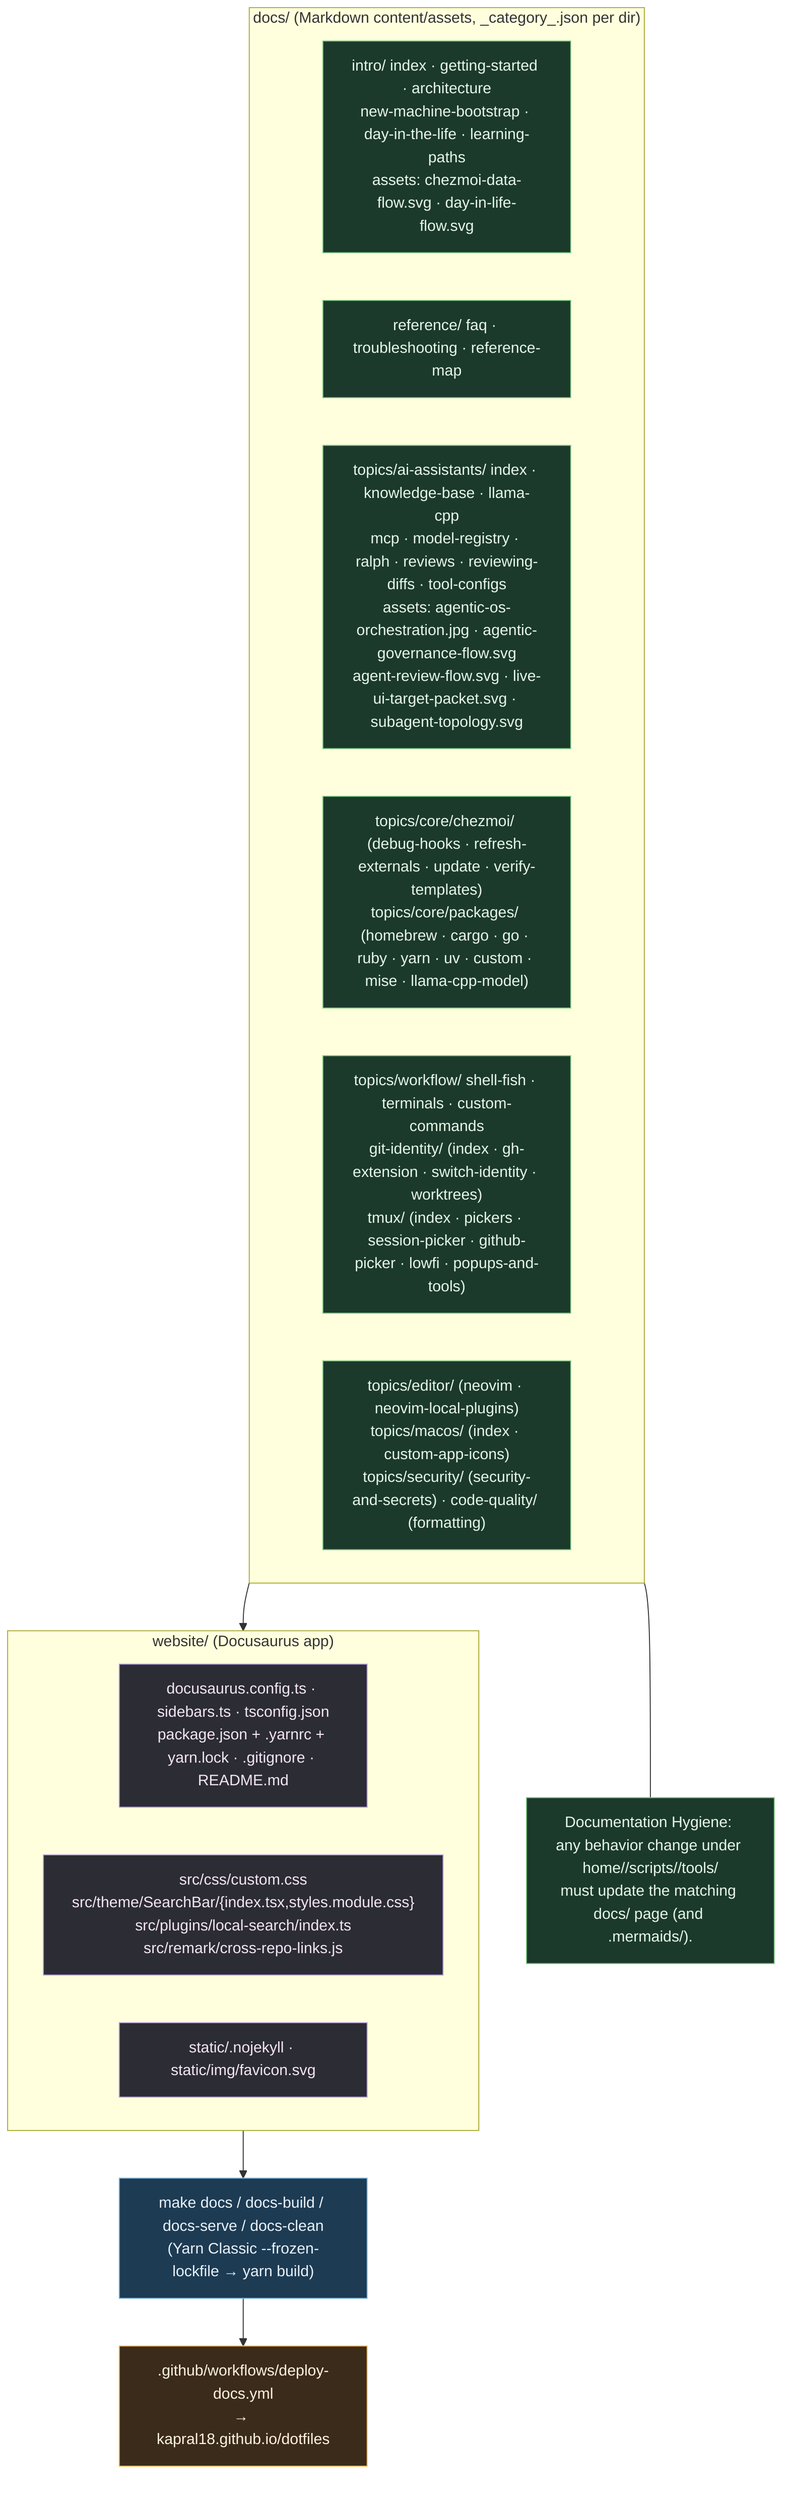
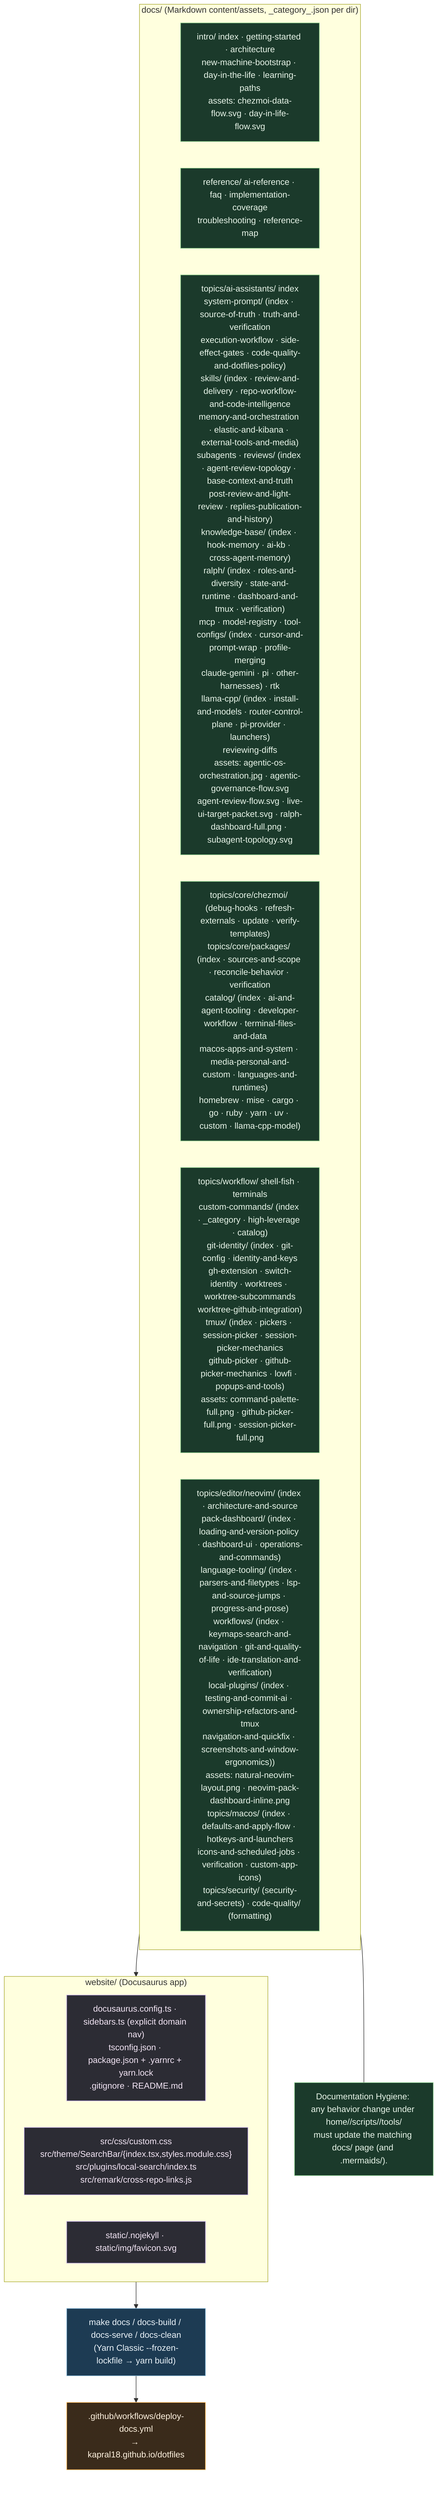
%% ============================================================================
%% 10-docs-and-repo-meta.mmd — Docusaurus site (website/ + docs/) and how it
%% ships. docs/ = Markdown content/assets; website/ = build/theme; deployed to GitHub Pages.
%% Every docs page + every website source file named.
%% ============================================================================
flowchart TB
    classDef site fill:#1d3b53,stroke:#7fb3d5,color:#eaf2f8;
    classDef content fill:#1b3a2b,stroke:#81c784,color:#e8f5e9;
    classDef build fill:#2c2c34,stroke:#b39ddb,color:#f3e5f5;
    classDef ci fill:#3a2b1b,stroke:#ffb74d,color:#fff3e0;

    subgraph WEBSITE["website/ (Docusaurus app)"]
-         CFG["docusaurus.config.ts · sidebars.ts · tsconfig.json<br/>package.json + .yarnrc + yarn.lock · .gitignore · README.md"]:::build
+         CFG["docusaurus.config.ts · sidebars.ts (explicit domain nav)<br/>tsconfig.json · package.json + .yarnrc + yarn.lock<br/>.gitignore · README.md"]:::build
        SRC["src/css/custom.css<br/>src/theme/SearchBar/{index.tsx,styles.module.css}<br/>src/plugins/local-search/index.ts<br/>src/remark/cross-repo-links.js"]:::build
        STATIC["static/.nojekyll · static/img/favicon.svg"]:::build
    end

    subgraph DOCS["docs/ (Markdown content/assets, _category_.json per dir)"]
        INTRO["intro/ index · getting-started · architecture<br/>new-machine-bootstrap · day-in-the-life · learning-paths<br/>assets: chezmoi-data-flow.svg · day-in-life-flow.svg"]:::content
-         REF["reference/ faq · troubleshooting · reference-map"]:::content
-         TAI["topics/ai-assistants/ index · knowledge-base · llama-cpp<br/>mcp · model-registry · ralph · reviews · reviewing-diffs · tool-configs<br/>assets: agentic-os-orchestration.jpg · agentic-governance-flow.svg<br/>agent-review-flow.svg · live-ui-target-packet.svg · subagent-topology.svg"]:::content
-         TCORE["topics/core/chezmoi/ (debug-hooks · refresh-externals · update · verify-templates)<br/>topics/core/packages/ (homebrew · cargo · go · ruby · yarn · uv · custom · mise · llama-cpp-model)"]:::content
-         TWORK["topics/workflow/ shell-fish · terminals · custom-commands<br/>git-identity/ (index · gh-extension · switch-identity · worktrees)<br/>tmux/ (index · pickers · session-picker · github-picker · lowfi · popups-and-tools)"]:::content
-         TMISC["topics/editor/ (neovim · neovim-local-plugins)<br/>topics/macos/ (index · custom-app-icons)<br/>topics/security/ (security-and-secrets) · code-quality/ (formatting)"]:::content
+         REF["reference/ ai-reference · faq · implementation-coverage<br/>troubleshooting · reference-map"]:::content
+         TAI["topics/ai-assistants/ index<br/>system-prompt/ (index · source-of-truth · truth-and-verification<br/>execution-workflow · side-effect-gates · code-quality-and-dotfiles-policy)<br/>skills/ (index · review-and-delivery · repo-workflow-and-code-intelligence<br/>memory-and-orchestration · elastic-and-kibana · external-tools-and-media)<br/>subagents · reviews/ (index · agent-review-topology · base-context-and-truth<br/>post-review-and-light-review · replies-publication-and-history)<br/>knowledge-base/ (index · hook-memory · ai-kb · cross-agent-memory)<br/>ralph/ (index · roles-and-diversity · state-and-runtime · dashboard-and-tmux · verification)<br/>mcp · model-registry · tool-configs/ (index · cursor-and-prompt-wrap · profile-merging<br/>claude-gemini · pi · other-harnesses) · rtk<br/>llama-cpp/ (index · install-and-models · router-control-plane · pi-provider · launchers)<br/>reviewing-diffs<br/>assets: agentic-os-orchestration.jpg · agentic-governance-flow.svg<br/>agent-review-flow.svg · live-ui-target-packet.svg · ralph-dashboard-full.png · subagent-topology.svg"]:::content
+         TCORE["topics/core/chezmoi/ (debug-hooks · refresh-externals · update · verify-templates)<br/>topics/core/packages/ (index · sources-and-scope · reconcile-behavior · verification<br/>catalog/ (index · ai-and-agent-tooling · developer-workflow · terminal-files-and-data<br/>macos-apps-and-system · media-personal-and-custom · languages-and-runtimes)<br/>homebrew · mise · cargo · go · ruby · yarn · uv · custom · llama-cpp-model)"]:::content
+         TWORK["topics/workflow/ shell-fish · terminals<br/>custom-commands/ (index · _category · high-leverage · catalog)<br/>git-identity/ (index · git-config · identity-and-keys<br/>gh-extension · switch-identity · worktrees · worktree-subcommands<br/>worktree-github-integration)<br/>tmux/ (index · pickers · session-picker · session-picker-mechanics<br/>github-picker · github-picker-mechanics · lowfi · popups-and-tools)<br/>assets: command-palette-full.png · github-picker-full.png · session-picker-full.png"]:::content
+         TMISC["topics/editor/neovim/ (index · architecture-and-source<br/>pack-dashboard/ (index · loading-and-version-policy · dashboard-ui · operations-and-commands)<br/>language-tooling/ (index · parsers-and-filetypes · lsp-and-source-jumps · progress-and-prose)<br/>workflows/ (index · keymaps-search-and-navigation · git-and-quality-of-life · ide-translation-and-verification)<br/>local-plugins/ (index · testing-and-commit-ai · ownership-refactors-and-tmux<br/>navigation-and-quickfix · screenshots-and-window-ergonomics))<br/>assets: natural-neovim-layout.png · neovim-pack-dashboard-inline.png<br/>topics/macos/ (index · defaults-and-apply-flow · hotkeys-and-launchers<br/>icons-and-scheduled-jobs · verification · custom-app-icons)<br/>topics/security/ (security-and-secrets) · code-quality/ (formatting)"]:::content
    end

    DOCS --> WEBSITE
    WEBSITE --> BUILD["make docs / docs-build / docs-serve / docs-clean<br/>(Yarn Classic --frozen-lockfile → yarn build)"]:::site
    BUILD --> CI[".github/workflows/deploy-docs.yml<br/>→ kapral18.github.io/dotfiles"]:::ci

    NOTE["Documentation Hygiene: any behavior change under home//scripts//tools/<br/>must update the matching docs/ page (and .mermaids/)."]:::content
    DOCS --- NOTE
